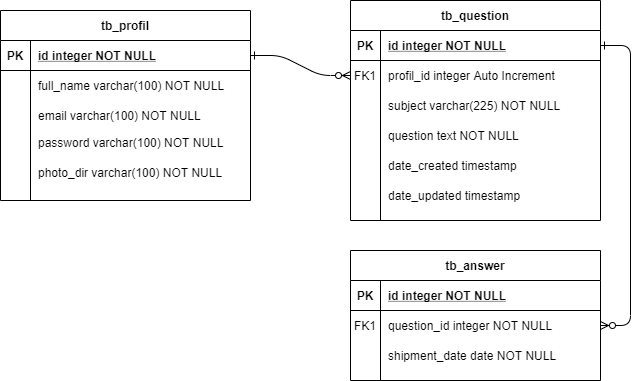
The draw.io diagram Untitled Diagram.png in rpratama-dev/W3D1-ER-DIAGRAM, before a commit. Source tidied: cells renumbered, new cells last; positions are measured from the earlier drawing's top-left corner, leaving out a move shared by most shapes.
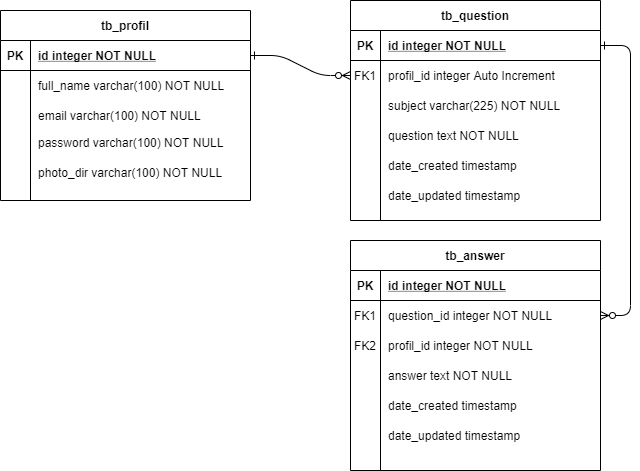
After the commit.

Change to the diagram source:
```diff
@@ -68,8 +68,20 @@
     <mxCell id="23" value="photo_dir varchar(100) NOT NULL" style="shape=partialRectangle;overflow=hidden;fillColor=none;top=0;left=0;bottom=0;right=0;align=left;spacingLeft=6;" parent="1" vertex="1">
       <mxGeometry x="30" y="157" width="220" height="30" as="geometry" />
     </mxCell>
+    <mxCell id="34" value="question text NOT NULL" style="shape=partialRectangle;overflow=hidden;fillColor=none;top=0;left=0;bottom=0;right=0;align=left;spacingLeft=6;" parent="1" vertex="1">
+      <mxGeometry x="380" y="120" width="220" height="30" as="geometry" />
+    </mxCell>
+    <mxCell id="35" value="date_created timestamp " style="shape=partialRectangle;overflow=hidden;fillColor=none;top=0;left=0;bottom=0;right=0;align=left;spacingLeft=6;" parent="1" vertex="1">
+      <mxGeometry x="380" y="150" width="220" height="30" as="geometry" />
+    </mxCell>
+    <mxCell id="36" value="date_updated timestamp " style="shape=partialRectangle;overflow=hidden;fillColor=none;top=0;left=0;bottom=0;right=0;align=left;spacingLeft=6;" parent="1" vertex="1">
+      <mxGeometry x="380" y="180" width="220" height="30" as="geometry" />
+    </mxCell>
+    <mxCell id="37" style="group;" parent="1" vertex="1">
+      <mxGeometry x="350" y="240" width="250" height="230" as="geometry" />
+    </mxCell>
-    <mxCell id="24" value="tb_answer" style="shape=table;startSize=30;rowLines=0;fontStyle=1;align=center;" parent="1" vertex="1">
-      <mxGeometry x="350" y="250" width="250" height="130" as="geometry" />
+    <mxCell id="24" value="tb_answer" style="shape=table;startSize=30;rowLines=0;fontStyle=1;align=center;" parent="37" vertex="1">
+      <mxGeometry width="250" height="230" as="geometry" />
     </mxCell>
     <mxCell id="25" style="shape=partialRectangle;fillColor=none;top=0;left=0;right=0;bottom=1;" parent="24" vertex="1">
       <mxGeometry y="30" width="250" height="30" as="geometry" />
@@ -95,17 +107,20 @@
     <mxCell id="32" style="shape=partialRectangle;overflow=hidden;fillColor=none;top=0;left=0;bottom=0;right=0;" parent="31" vertex="1">
       <mxGeometry width="30" height="30" as="geometry" />
     </mxCell>
-    <mxCell id="33" value="shipment_date date NOT NULL" style="shape=partialRectangle;overflow=hidden;fillColor=none;top=0;left=0;bottom=0;right=0;align=left;spacingLeft=6;" parent="31" vertex="1">
+    <mxCell id="33" value="profil_id integer NOT NULL" style="shape=partialRectangle;overflow=hidden;fillColor=none;top=0;left=0;bottom=0;right=0;align=left;spacingLeft=6;" parent="31" vertex="1">
       <mxGeometry x="30" width="220" height="30" as="geometry" />
     </mxCell>
-    <mxCell id="34" value="question text NOT NULL" style="shape=partialRectangle;overflow=hidden;fillColor=none;top=0;left=0;bottom=0;right=0;align=left;spacingLeft=6;" parent="1" vertex="1">
-      <mxGeometry x="380" y="120" width="220" height="30" as="geometry" />
-    </mxCell>
-    <mxCell id="35" value="date_created timestamp " style="shape=partialRectangle;overflow=hidden;fillColor=none;top=0;left=0;bottom=0;right=0;align=left;spacingLeft=6;" parent="1" vertex="1">
-      <mxGeometry x="380" y="150" width="220" height="30" as="geometry" />
-    </mxCell>
-    <mxCell id="36" value="date_updated timestamp " style="shape=partialRectangle;overflow=hidden;fillColor=none;top=0;left=0;bottom=0;right=0;align=left;spacingLeft=6;" parent="1" vertex="1">
-      <mxGeometry x="380" y="180" width="220" height="30" as="geometry" />
-    </mxCell>
+    <mxCell id="38" value="FK2" style="shape=partialRectangle;overflow=hidden;fillColor=none;top=0;left=0;bottom=0;right=0;" parent="37" vertex="1">
+      <mxGeometry y="90" width="30" height="30" as="geometry" />
+    </mxCell>
+    <mxCell id="39" value="answer text NOT NULL" style="shape=partialRectangle;overflow=hidden;fillColor=none;top=0;left=0;bottom=0;right=0;align=left;spacingLeft=6;" parent="37" vertex="1">
+      <mxGeometry x="30" y="120" width="220" height="30" as="geometry" />
+    </mxCell>
+    <mxCell id="40" value="date_created timestamp " style="shape=partialRectangle;overflow=hidden;fillColor=none;top=0;left=0;bottom=0;right=0;align=left;spacingLeft=6;" parent="37" vertex="1">
+      <mxGeometry x="30" y="150" width="220" height="30" as="geometry" />
+    </mxCell>
+    <mxCell id="41" value="date_updated timestamp " style="shape=partialRectangle;overflow=hidden;fillColor=none;top=0;left=0;bottom=0;right=0;align=left;spacingLeft=6;" parent="37" vertex="1">
+      <mxGeometry x="30" y="180" width="220" height="30" as="geometry" />
+    </mxCell>
   </root>
 </mxGraphModel>
```
